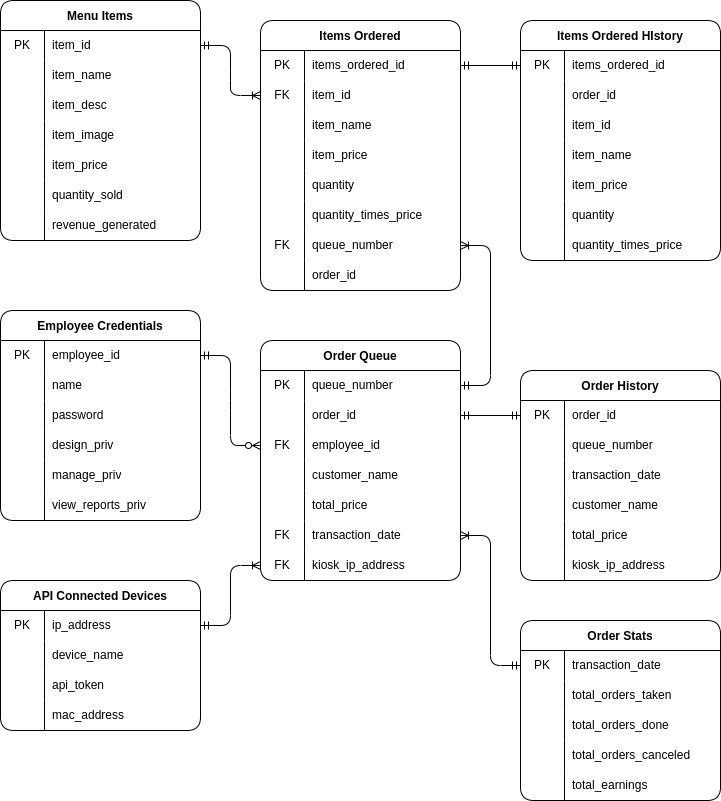
The draw.io diagram DOCS/Diagrams/ERD Diagram.png in alexxGmZ/MenuMaApp, before a commit. Source tidied: cells renumbered, new cells last; positions are measured from the earlier drawing's top-left corner, leaving out a move shared by most shapes.
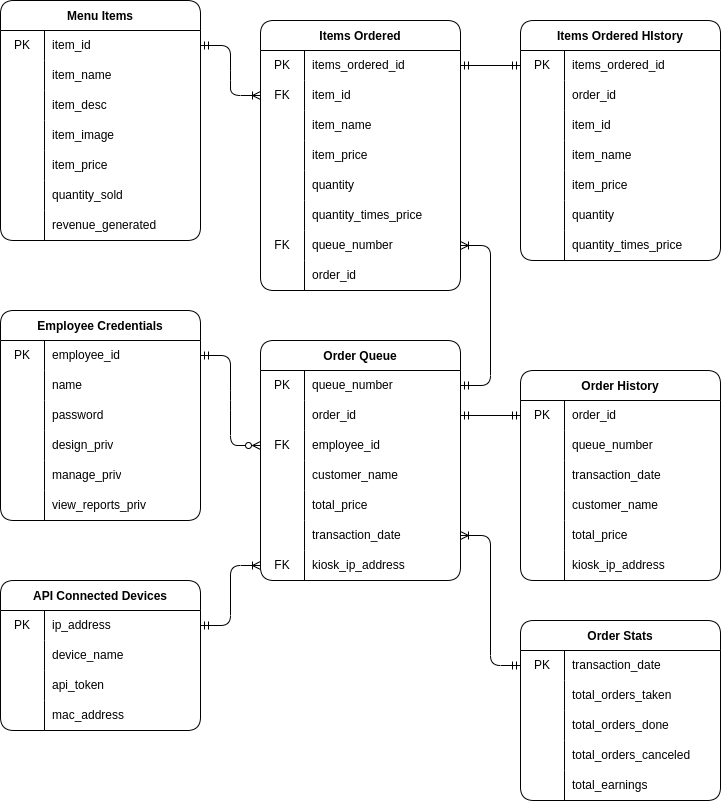
Above is the later version.

Commit message:
diagram: erd minor changes

The edit, as a diff of the source:
```diff
@@ -176,7 +176,7 @@
     <mxCell id="59" style="shape=tableRow;horizontal=0;startSize=0;swimlaneHead=0;swimlaneBody=0;top=0;left=0;bottom=0;right=0;fillColor=none;points=[[0,0.5],[1,0.5]];portConstraint=eastwest;" parent="43" vertex="1">
       <mxGeometry y="180" width="200" height="30" as="geometry" />
     </mxCell>
-    <mxCell id="60" value="FK" style="shape=partialRectangle;html=1;whiteSpace=wrap;fillColor=none;top=0;left=0;bottom=0;right=0;overflow=hidden;" parent="59" vertex="1">
+    <mxCell id="60" style="shape=partialRectangle;html=1;whiteSpace=wrap;fillColor=none;top=0;left=0;bottom=0;right=0;overflow=hidden;" parent="59" vertex="1">
       <mxGeometry width="44" height="30" as="geometry" />
     </mxCell>
     <mxCell id="61" value="transaction_date" style="shape=partialRectangle;html=1;whiteSpace=wrap;fillColor=none;top=0;left=0;bottom=0;right=0;align=left;spacingLeft=6;overflow=hidden;" parent="59" vertex="1">
```
